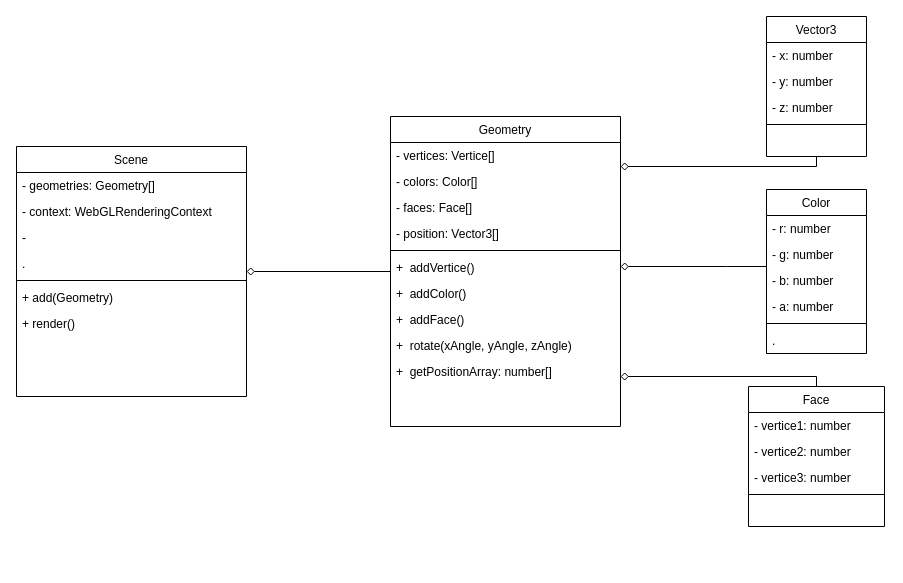
Above: WEBGL.drawio in cg2021e/learn-webgl-gsihaj5 (draw.io), before the change. Source tidied: cells renumbered, new cells numbered last; positions are measured from the earlier drawing's top-left corner, leaving out a move shared by most shapes. Both pictures are drawn from the tidied source at 100%, with x=0, y=0 at pixel (16, 16).
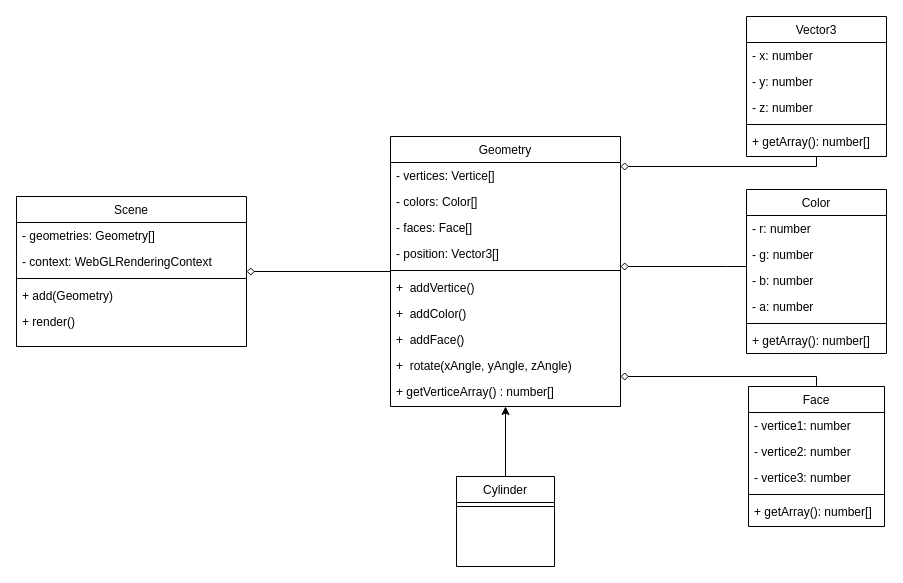
Above is the later version.

Commit message:
add: add new class for class diagram

The change refers to these unchanged cells:
```xml
<mxCell id="37" value="Face" style="swimlane;fontStyle=0;align=center;verticalAlign=top;horizontal=1;startSize=26;rounded=0;shadow=0;strokeWidth=1;" parent="1" vertex="1">
  <mxGeometry x="732" y="370" width="136" height="140" as="geometry" />
</mxCell>
```

The edit, as a diff of the source:
```diff
@@
     <mxCell id="3" value="Scene" style="swimlane;fontStyle=0;align=center;verticalAlign=top;horizontal=1;startSize=26;rounded=0;shadow=0;strokeWidth=1;" parent="1" vertex="1">
-      <mxGeometry y="130" width="230" height="250" as="geometry" />
+      <mxGeometry y="180" width="230" height="150" as="geometry" />
     </mxCell>
@@
-    <mxCell id="6" value="- " style="text;align=left;verticalAlign=top;spacingLeft=4;spacingRight=4;overflow=hidden;rounded=0;shadow=0;html=0;" parent="3" vertex="1">
-      <mxGeometry y="78" width="230" height="26" as="geometry" />
-    </mxCell>
-    <mxCell id="7" value="." style="text;align=left;verticalAlign=top;spacingLeft=4;spacingRight=4;overflow=hidden;rounded=0;shadow=0;html=0;" parent="3" vertex="1">
-      <mxGeometry y="104" width="230" height="26" as="geometry" />
-    </mxCell>
     <mxCell id="8" style="line;html=1;strokeWidth=1;align=left;verticalAlign=middle;spacingTop=-1;spacingLeft=3;spacingRight=3;labelPosition=right;" parent="3" vertex="1">
-      <mxGeometry y="130" width="230" height="8" as="geometry" />
+      <mxGeometry y="78" width="230" height="8" as="geometry" />
     </mxCell>
     <mxCell id="9" value="+ add(Geometry)" style="text;align=left;verticalAlign=top;spacingLeft=4;spacingRight=4;overflow=hidden;" parent="3" vertex="1">
-      <mxGeometry y="138" width="230" height="26" as="geometry" />
+      <mxGeometry y="86" width="230" height="26" as="geometry" />
     </mxCell>
     <mxCell id="10" value="+ render()" style="text;align=left;verticalAlign=top;spacingLeft=4;spacingRight=4;overflow=hidden;" parent="3" vertex="1">
-      <mxGeometry y="164" width="230" height="26" as="geometry" />
+      <mxGeometry y="112" width="230" height="26" as="geometry" />
     </mxCell>
@@
     <mxCell id="14" value="Geometry" style="swimlane;fontStyle=0;align=center;verticalAlign=top;horizontal=1;startSize=26;rounded=0;shadow=0;strokeWidth=1;" parent="1" vertex="1">
-      <mxGeometry x="374" y="100" width="230" height="310" as="geometry" />
+      <mxGeometry x="374" y="120" width="230" height="270" as="geometry" />
     </mxCell>
@@
-    <mxCell id="24" value="+  getPositionArray: number[]" style="text;align=left;verticalAlign=top;spacingLeft=4;spacingRight=4;overflow=hidden;" parent="14" vertex="1">
+    <mxCell id="24" value="+ getVerticeArray() : number[]" style="text;align=left;verticalAlign=top;spacingLeft=4;spacingRight=4;overflow=hidden;" parent="14" vertex="1">
       <mxGeometry y="242" width="230" height="26" as="geometry" />
     </mxCell>
     <mxCell id="25" value="Vector3" style="swimlane;fontStyle=0;align=center;verticalAlign=top;horizontal=1;startSize=26;rounded=0;shadow=0;strokeWidth=1;" parent="1" vertex="1">
-      <mxGeometry x="750" width="100" height="140" as="geometry" />
+      <mxGeometry x="730" width="140" height="140" as="geometry" />
     </mxCell>
     <mxCell id="26" value="- x: number" style="text;align=left;verticalAlign=top;spacingLeft=4;spacingRight=4;overflow=hidden;" parent="25" vertex="1">
-      <mxGeometry y="26" width="100" height="26" as="geometry" />
+      <mxGeometry y="26" width="140" height="26" as="geometry" />
     </mxCell>
     <mxCell id="27" value="- y: number" style="text;align=left;verticalAlign=top;spacingLeft=4;spacingRight=4;overflow=hidden;rounded=0;shadow=0;html=0;" parent="25" vertex="1">
-      <mxGeometry y="52" width="100" height="26" as="geometry" />
+      <mxGeometry y="52" width="140" height="26" as="geometry" />
     </mxCell>
     <mxCell id="28" value="- z: number" style="text;align=left;verticalAlign=top;spacingLeft=4;spacingRight=4;overflow=hidden;rounded=0;shadow=0;html=0;" parent="25" vertex="1">
-      <mxGeometry y="78" width="100" height="26" as="geometry" />
+      <mxGeometry y="78" width="140" height="26" as="geometry" />
     </mxCell>
     <mxCell id="29" style="line;html=1;strokeWidth=1;align=left;verticalAlign=middle;spacingTop=-1;spacingLeft=3;spacingRight=3;labelPosition=right;" parent="25" vertex="1">
-      <mxGeometry y="104" width="100" height="8" as="geometry" />
+      <mxGeometry y="104" width="140" height="8" as="geometry" />
     </mxCell>
+    <mxCell id="42" value="+ getArray(): number[]" style="text;align=left;verticalAlign=top;spacingLeft=4;spacingRight=4;overflow=hidden;rounded=0;shadow=0;html=0;" parent="25" vertex="1">
+      <mxGeometry y="112" width="140" height="26" as="geometry" />
+    </mxCell>
     <mxCell id="30" value="Color" style="swimlane;fontStyle=0;align=center;verticalAlign=top;horizontal=1;startSize=26;rounded=0;shadow=0;strokeWidth=1;" parent="1" vertex="1">
-      <mxGeometry x="750" y="173" width="100" height="164" as="geometry" />
+      <mxGeometry x="730" y="173" width="140" height="164" as="geometry" />
     </mxCell>
     <mxCell id="31" value="- r: number" style="text;align=left;verticalAlign=top;spacingLeft=4;spacingRight=4;overflow=hidden;" parent="30" vertex="1">
-      <mxGeometry y="26" width="100" height="26" as="geometry" />
+      <mxGeometry y="26" width="140" height="26" as="geometry" />
     </mxCell>
     <mxCell id="32" value="- g: number" style="text;align=left;verticalAlign=top;spacingLeft=4;spacingRight=4;overflow=hidden;rounded=0;shadow=0;html=0;" parent="30" vertex="1">
-      <mxGeometry y="52" width="100" height="26" as="geometry" />
+      <mxGeometry y="52" width="140" height="26" as="geometry" />
     </mxCell>
     <mxCell id="33" value="- b: number" style="text;align=left;verticalAlign=top;spacingLeft=4;spacingRight=4;overflow=hidden;rounded=0;shadow=0;html=0;" parent="30" vertex="1">
-      <mxGeometry y="78" width="100" height="26" as="geometry" />
+      <mxGeometry y="78" width="140" height="26" as="geometry" />
     </mxCell>
     <mxCell id="34" value="- a: number" style="text;align=left;verticalAlign=top;spacingLeft=4;spacingRight=4;overflow=hidden;rounded=0;shadow=0;html=0;" parent="30" vertex="1">
-      <mxGeometry y="104" width="100" height="26" as="geometry" />
+      <mxGeometry y="104" width="140" height="26" as="geometry" />
     </mxCell>
     <mxCell id="35" style="line;html=1;strokeWidth=1;align=left;verticalAlign=middle;spacingTop=-1;spacingLeft=3;spacingRight=3;labelPosition=right;" parent="30" vertex="1">
-      <mxGeometry y="130" width="100" height="8" as="geometry" />
+      <mxGeometry y="130" width="140" height="8" as="geometry" />
     </mxCell>
-    <mxCell id="36" value="." style="text;align=left;verticalAlign=top;spacingLeft=4;spacingRight=4;overflow=hidden;" parent="30" vertex="1">
-      <mxGeometry y="138" width="100" height="26" as="geometry" />
-    </mxCell>
+    <mxCell id="43" value="+ getArray(): number[]" style="text;align=left;verticalAlign=top;spacingLeft=4;spacingRight=4;overflow=hidden;rounded=0;shadow=0;html=0;" parent="30" vertex="1">
+      <mxGeometry y="138" width="140" height="26" as="geometry" />
+    </mxCell>
@@
+    <mxCell id="44" value="+ getArray(): number[]" style="text;align=left;verticalAlign=top;spacingLeft=4;spacingRight=4;overflow=hidden;rounded=0;shadow=0;html=0;" parent="37" vertex="1">
+      <mxGeometry y="112" width="136" height="26" as="geometry" />
+    </mxCell>
+    <mxCell id="45" style="edgeStyle=orthogonalEdgeStyle;rounded=0;jettySize=auto;html=1;endArrow=classic;endFill=1;" parent="1" edge="1" source="46" target="14">
+      <mxGeometry relative="1" as="geometry" />
+    </mxCell>
+    <mxCell id="46" value="Cylinder" style="swimlane;fontStyle=0;align=center;verticalAlign=top;horizontal=1;startSize=26;rounded=0;shadow=0;strokeWidth=1;" parent="1" vertex="1">
+      <mxGeometry x="440" y="460" width="98" height="90" as="geometry" />
+    </mxCell>
+    <mxCell id="47" style="line;html=1;strokeWidth=1;align=left;verticalAlign=middle;spacingTop=-1;spacingLeft=3;spacingRight=3;labelPosition=right;" parent="46" vertex="1">
+      <mxGeometry y="26" width="98" height="8" as="geometry" />
+    </mxCell>
```
